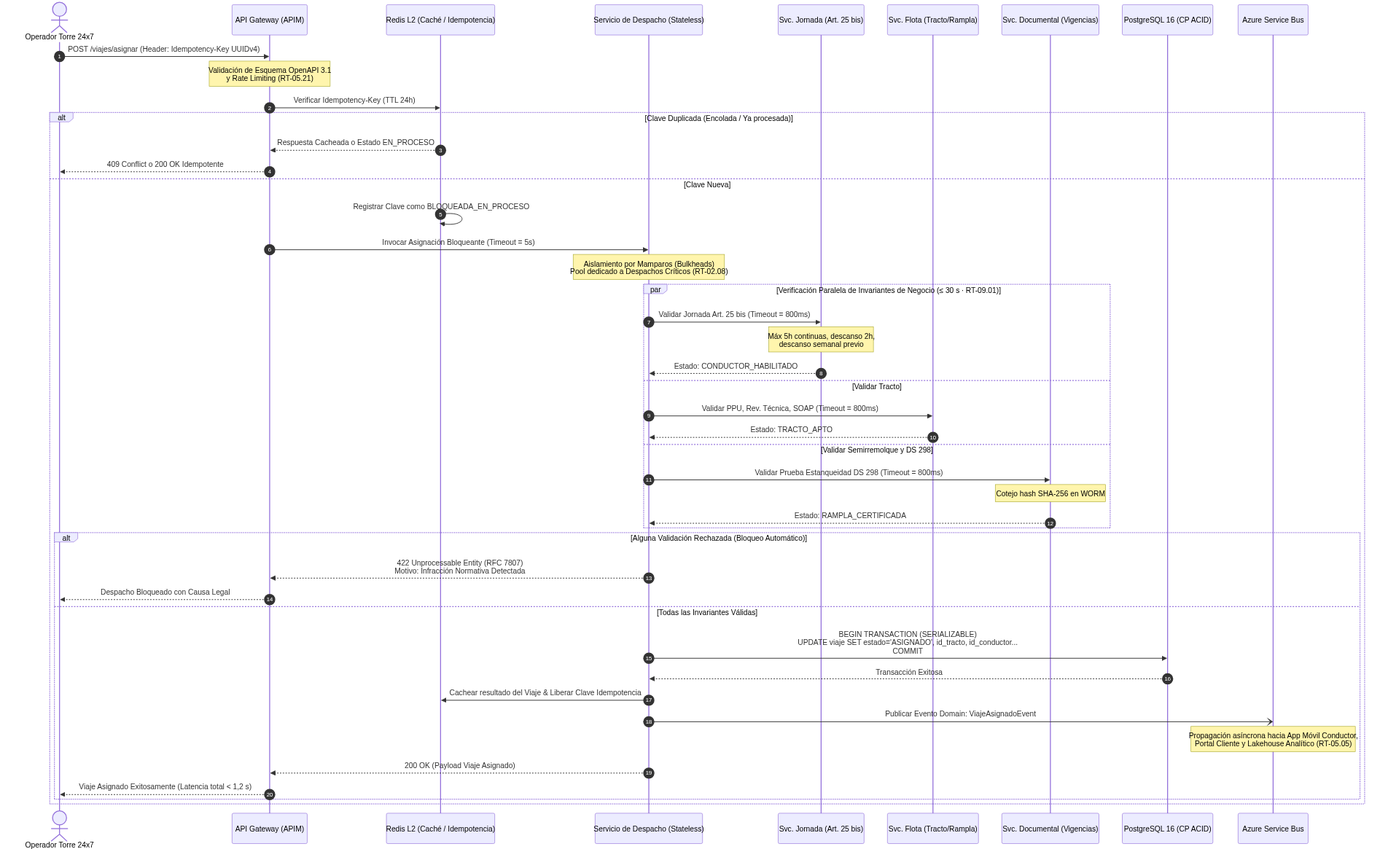
Earlier version of the Mermaid export equipo/D3/diagramas/diagrama11_patrones_resiliencia_despacho.png (mvergaral/audIT). Its source is kept beside it as equipo/D3/diagramas/diagrama11_patrones_resiliencia_despacho.mmd. Its diagram source:
```mermaid
sequenceDiagram
    autonumber
    actor Operador as Operador Torre 24x7
    participant APIM as API Gateway (APIM)
    participant Redis as Redis L2 (Caché / Idempotencia)
    participant SvcDespacho as Servicio de Despacho (Stateless)
    participant SvcJornada as Svc. Jornada (Art. 25 bis)
    participant SvcFlota as Svc. Flota (Tracto/Rampla)
    participant SvcDoc as Svc. Documental (Vigencias)
    participant BD as PostgreSQL 16 (CP ACID)
    participant Bus as Azure Service Bus

    Operador->>APIM: POST /viajes/asignar (Header: Idempotency-Key UUIDv4)
    Note over APIM: Validación de Esquema OpenAPI 3.1<br/>y Rate Limiting (RT-05.21)

    APIM->>Redis: Verificar Idempotency-Key (TTL 24h)
    alt Clave Duplicada (Encolada / Ya procesada)
        Redis-->>APIM: Respuesta Cacheada o Estado EN_PROCESO
        APIM-->>Operador: 409 Conflict o 200 OK Idempotente
    else Clave Nueva
        Redis->>Redis: Registrar Clave como BLOQUEADA_EN_PROCESO
        APIM->>SvcDespacho: Invocar Asignación Bloqueante (Timeout = 5s)

        Note over SvcDespacho: Aislamiento por Mamparos (Bulkheads)<br/>Pool dedicado a Despachos Críticos (RT-02.08)

        par Verificación Paralela de Invariantes de Negocio (≤ 30 s · RT-09.01)
            SvcDespacho->>SvcJornada: Validar Jornada Art. 25 bis (Timeout = 800ms)
            Note over SvcJornada: Máx 5h continuas, descanso 2h,<br/>descanso semanal previo
            SvcJornada-->>SvcDespacho: Estado: CONDUCTOR_HABILITADO
        and Validar Tracto
            SvcDespacho->>SvcFlota: Validar PPU, Rev. Técnica, SOAP (Timeout = 800ms)
            SvcFlota-->>SvcDespacho: Estado: TRACTO_APTO
        and Validar Semirremolque y DS 298
            SvcDespacho->>SvcDoc: Validar Prueba Estanqueidad DS 298 (Timeout = 800ms)
            Note over SvcDoc: Cotejo hash SHA-256 en WORM
            SvcDoc-->>SvcDespacho: Estado: RAMPLA_CERTIFICADA
        end

        alt Alguna Validación Rechazada (Bloqueo Automático)
            SvcDespacho-->>APIM: 422 Unprocessable Entity (RFC 7807)<br/>Motivo: Infracción Normativa Detectada
            APIM-->>Operador: Despacho Bloqueado con Causa Legal
        else Todas las Invariantes Válidas
            SvcDespacho->>BD: BEGIN TRANSACTION (SERIALIZABLE)<br/>UPDATE viaje SET estado='ASIGNADO', id_tracto, id_conductor...<br/>COMMIT
            BD-->>SvcDespacho: Transacción Exitosa

            SvcDespacho->>Redis: Cachear resultado del Viaje & Liberar Clave Idempotencia
            SvcDespacho-)Bus: Publicar Evento Domain: ViajeAsignadoEvent
            Note over Bus: Propagación asíncrona hacia App Móvil Conductor,<br/>Portal Cliente y Lakehouse Analítico (RT-05.05)

            SvcDespacho-->>APIM: 200 OK (Payload Viaje Asignado)
            APIM-->>Operador: Viaje Asignado Exitosamente (Latencia total < 1,2 s)
        end
    end
```
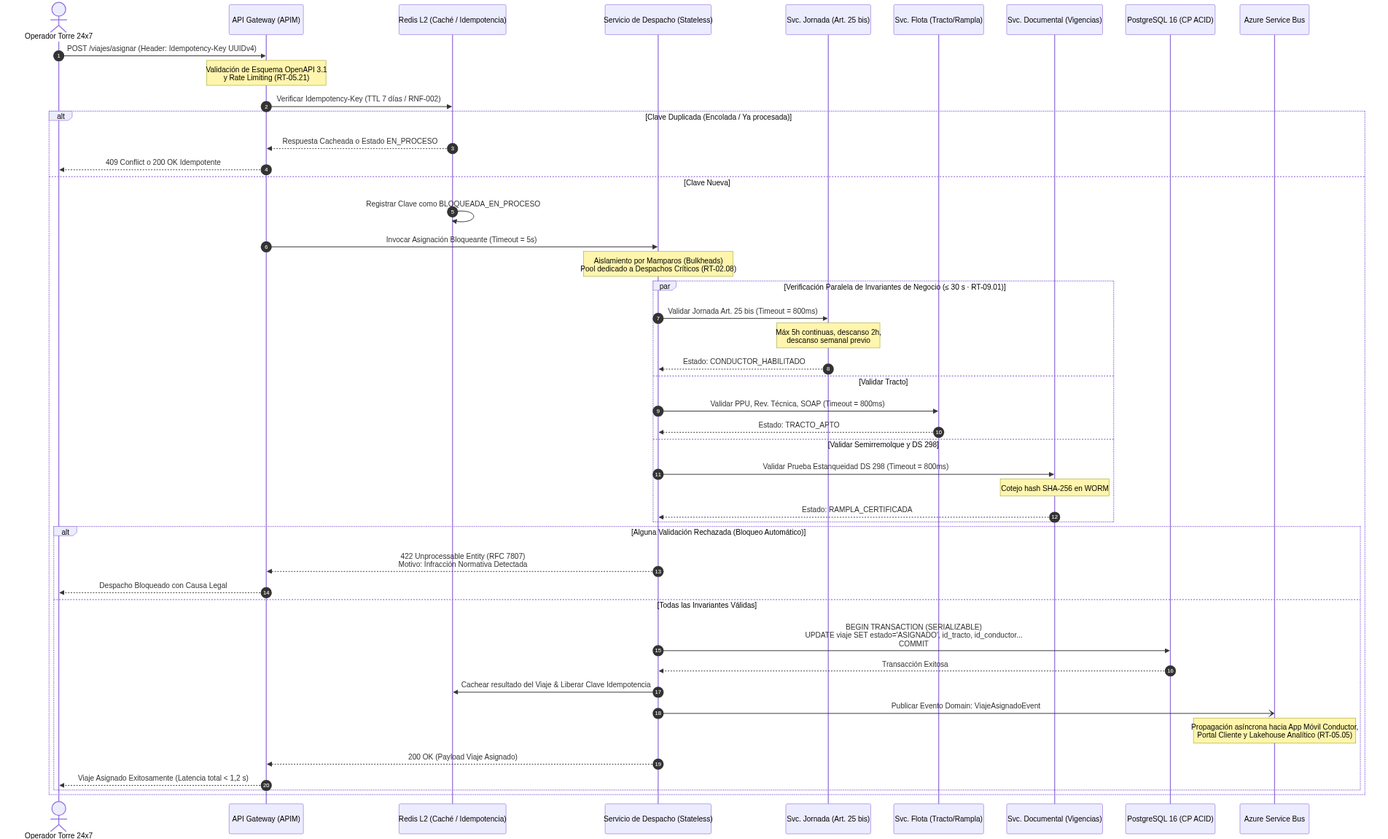
After the commit.

Diff of the diagram source:
```diff
@@ -13,7 +13,7 @@
     Operador->>APIM: POST /viajes/asignar (Header: Idempotency-Key UUIDv4)
     Note over APIM: Validación de Esquema OpenAPI 3.1<br/>y Rate Limiting (RT-05.21)
 
-    APIM->>Redis: Verificar Idempotency-Key (TTL 24h)
+    APIM->>Redis: Verificar Idempotency-Key (TTL 7 días / RNF-002)
     alt Clave Duplicada (Encolada / Ya procesada)
         Redis-->>APIM: Respuesta Cacheada o Estado EN_PROCESO
         APIM-->>Operador: 409 Conflict o 200 OK Idempotente
```
